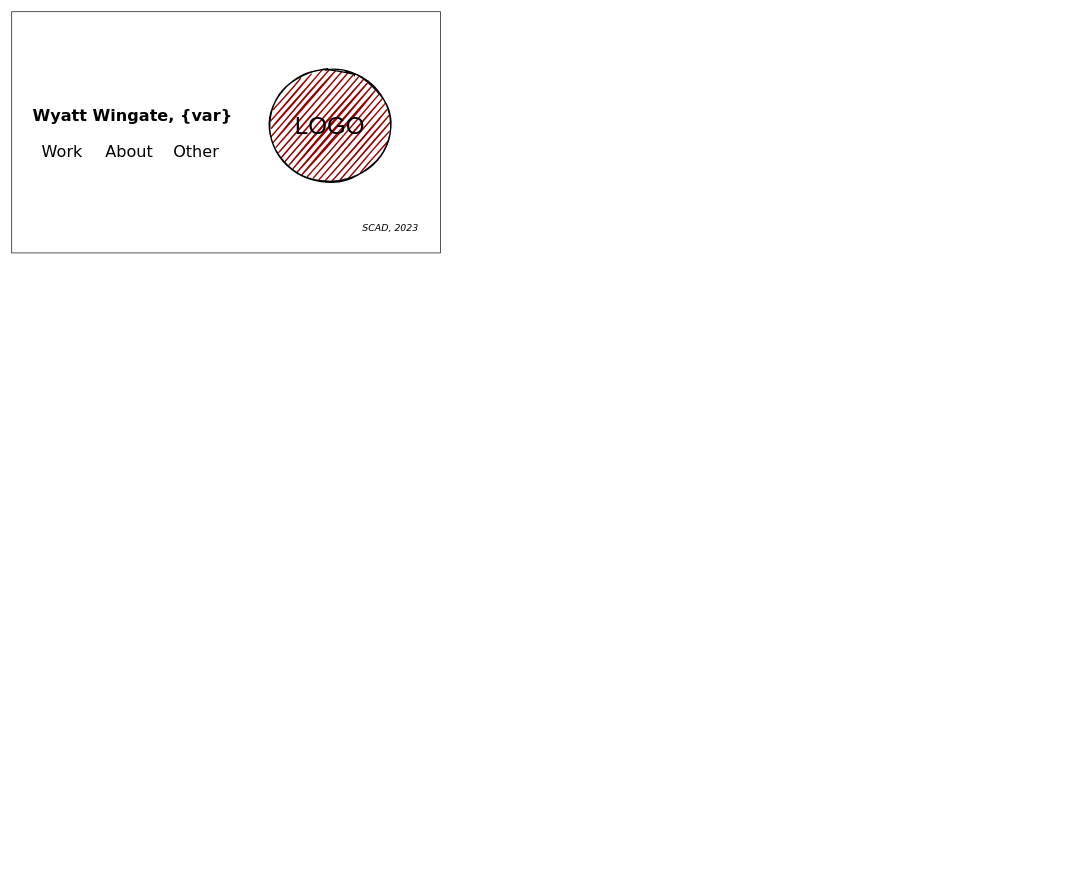
Before: page "Page-1" (1 of 2) of wireframe.drawio in RLjumber/Wyatts_Portfolio, a draw.io diagram. Source tidied: cells renumbered, new cells numbered last; positions are measured from the earlier drawing's top-left corner, leaving out a move shared by most shapes. Both pictures are drawn from the tidied source at 67%, with x=0, y=0 at pixel (11, 11).
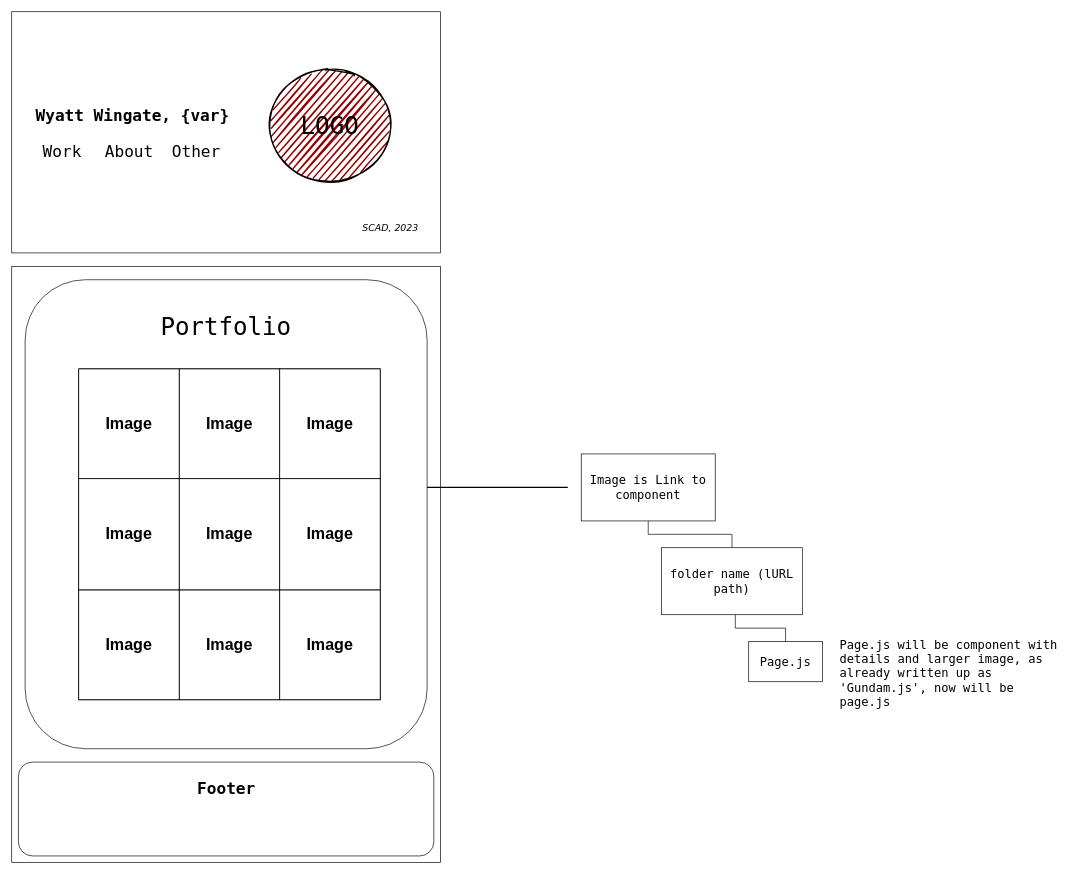
The same page after the edit.

The edit, as a diff of the source:
```diff
@@
-    <mxCell id="3" value="&lt;font style=&quot;font-size: 36px;&quot;&gt;LOGO&lt;/font&gt;" style="ellipse;whiteSpace=wrap;html=1;strokeWidth=2;fillWeight=2;hachureGap=8;fillColor=#990000;fillStyle=dots;sketch=1;" parent="1" vertex="1">
+    <mxCell id="3" value="&lt;font face=&quot;Lucida Console&quot; style=&quot;font-size: 36px;&quot;&gt;LOGO&lt;/font&gt;" style="ellipse;whiteSpace=wrap;html=1;strokeWidth=2;fillWeight=2;hachureGap=8;fillColor=#990000;fillStyle=dots;sketch=1;" parent="1" vertex="1">
       <mxGeometry x="380" y="90" width="190" height="160" as="geometry" />
     </mxCell>
-    <mxCell id="4" value="&lt;font face=&quot;Verdana&quot;&gt;Wyatt Wingate, {var}&lt;/font&gt;" style="text;strokeColor=none;fillColor=none;html=1;fontSize=24;fontStyle=1;verticalAlign=middle;align=center;" parent="1" vertex="1">
+    <mxCell id="4" value="&lt;font face=&quot;Lucida Console&quot;&gt;Wyatt Wingate, {var}&lt;/font&gt;" style="text;strokeColor=none;fillColor=none;html=1;fontSize=24;fontStyle=1;verticalAlign=middle;align=center;" parent="1" vertex="1">
       <mxGeometry x="50" y="140" width="260" height="30" as="geometry" />
     </mxCell>
-    <mxCell id="5" value="Work" style="text;html=1;align=center;verticalAlign=middle;strokeColor=none;fillColor=none;fontSize=24;fontFamily=Verdana;" parent="1" vertex="1">
-      <mxGeometry x="30" y="190" width="90" height="40" as="geometry" />
+    <mxCell id="5" value="&lt;font face=&quot;Lucida Console&quot;&gt;Work&lt;/font&gt;" style="text;html=1;align=center;verticalAlign=middle;strokeColor=none;fillColor=none;fontSize=24;fontFamily=Verdana;" parent="1" vertex="1">
+      <mxGeometry x="35" y="190" width="80" height="40" as="geometry" />
     </mxCell>
@@
-    <mxCell id="7" value="&lt;font style=&quot;font-size: 24px;&quot;&gt;About&lt;/font&gt;" style="text;html=1;align=center;verticalAlign=middle;strokeColor=none;fillColor=none;fontSize=14;fontFamily=Verdana;" parent="1" vertex="1">
-      <mxGeometry x="130" y="190" width="90" height="40" as="geometry" />
+    <mxCell id="7" value="&lt;font face=&quot;Lucida Console&quot; style=&quot;font-size: 24px;&quot;&gt;About&lt;/font&gt;" style="text;html=1;align=center;verticalAlign=middle;strokeColor=none;fillColor=none;fontSize=14;fontFamily=Verdana;" parent="1" vertex="1">
+      <mxGeometry x="125" y="190" width="100" height="40" as="geometry" />
     </mxCell>
-    <mxCell id="8" value="&lt;span style=&quot;font-size: 24px;&quot;&gt;Other&lt;/span&gt;" style="text;html=1;align=center;verticalAlign=middle;strokeColor=none;fillColor=none;fontSize=14;fontFamily=Verdana;" parent="1" vertex="1">
-      <mxGeometry x="230" y="190" width="90" height="40" as="geometry" />
+    <mxCell id="8" value="&lt;span style=&quot;font-size: 24px;&quot;&gt;&lt;font face=&quot;Lucida Console&quot;&gt;Other&lt;/font&gt;&lt;/span&gt;" style="text;html=1;align=center;verticalAlign=middle;strokeColor=none;fillColor=none;fontSize=14;fontFamily=Verdana;" parent="1" vertex="1">
+      <mxGeometry x="225" y="190" width="100" height="40" as="geometry" />
     </mxCell>
+    <mxCell id="9" style="rounded=0;whiteSpace=wrap;html=1;" parent="1" vertex="1">
+      <mxGeometry y="380" width="640" height="890" as="geometry" />
+    </mxCell>
+    <mxCell id="10" style="shape=curlyBracket;whiteSpace=wrap;html=1;rounded=1;flipH=1;labelPosition=right;verticalLabelPosition=middle;align=left;verticalAlign=middle;size=0;" parent="1" vertex="1">
+      <mxGeometry x="550" y="540" width="20" height="340" as="geometry" />
+    </mxCell>
+    <mxCell id="11" style="line;strokeWidth=2;html=1;" parent="1" vertex="1">
+      <mxGeometry x="550" y="705" width="280" height="10" as="geometry" />
+    </mxCell>
+    <mxCell id="12" value="&lt;font style=&quot;font-size: 18px;&quot; face=&quot;Lucida Console&quot;&gt;Image is Link to component&lt;/font&gt;" style="whiteSpace=wrap;html=1;align=center;newEdgeStyle={&quot;edgeStyle&quot;:&quot;elbowEdgeStyle&quot;,&quot;startArrow&quot;:&quot;none&quot;,&quot;endArrow&quot;:&quot;none&quot;};" parent="1" vertex="1">
+      <mxGeometry x="850" y="660" width="200" height="100" as="geometry" />
+    </mxCell>
+    <mxCell id="13" style="rounded=1;whiteSpace=wrap;html=1;fontFamily=Lucida Console;fontSize=18;" parent="1" vertex="1">
+      <mxGeometry x="20" y="400" width="600" height="700" as="geometry" />
+    </mxCell>
+    <mxCell id="14" value="&lt;font face=&quot;Lucida Console&quot; style=&quot;font-size: 18px;&quot;&gt;folder name (lURL path)&lt;/font&gt;" style="whiteSpace=wrap;html=1;align=center;verticalAlign=middle;newEdgeStyle={&quot;edgeStyle&quot;:&quot;elbowEdgeStyle&quot;,&quot;startArrow&quot;:&quot;none&quot;,&quot;endArrow&quot;:&quot;none&quot;};" parent="1" vertex="1">
+      <mxGeometry x="970" y="800" width="210" height="100" as="geometry" />
+    </mxCell>
+    <mxCell id="15" style="edgeStyle=elbowEdgeStyle;elbow=vertical;sourcePerimeterSpacing=0;targetPerimeterSpacing=0;startArrow=none;endArrow=none;rounded=0;curved=0;" parent="1" edge="1" target="14">
+      <mxGeometry relative="1" as="geometry">
+        <mxPoint x="950" y="760" as="sourcePoint" />
+      </mxGeometry>
+    </mxCell>
+    <mxCell id="16" value="Page.js" style="whiteSpace=wrap;html=1;align=center;verticalAlign=middle;newEdgeStyle={&quot;edgeStyle&quot;:&quot;elbowEdgeStyle&quot;,&quot;startArrow&quot;:&quot;none&quot;,&quot;endArrow&quot;:&quot;none&quot;};fontFamily=Lucida Console;fontSize=18;" parent="1" vertex="1">
+      <mxGeometry x="1100" y="940" width="110" height="60" as="geometry" />
+    </mxCell>
+    <mxCell id="17" style="edgeStyle=elbowEdgeStyle;elbow=vertical;sourcePerimeterSpacing=0;targetPerimeterSpacing=0;startArrow=none;endArrow=none;rounded=0;curved=0;fontFamily=Lucida Console;fontSize=18;" parent="1" edge="1" target="16">
+      <mxGeometry relative="1" as="geometry">
+        <mxPoint x="1080" y="900" as="sourcePoint" />
+      </mxGeometry>
+    </mxCell>
+    <mxCell id="18" value="Page.js will be component with details and larger image, as already written up as 'Gundam.js', now will be page.js&lt;br&gt;" style="text;strokeColor=none;fillColor=none;align=left;verticalAlign=top;spacingLeft=4;spacingRight=4;overflow=hidden;whiteSpace=wrap;html=1;fontFamily=Lucida Console;fontSize=18;" parent="1" vertex="1">
+      <mxGeometry x="1230" y="927" width="340" height="133" as="geometry" />
+    </mxCell>
+    <mxCell id="19" style="childLayout=tableLayout;shadow=0;fillColor=none;" parent="1" vertex="1">
+      <mxGeometry x="100" y="533" width="450" height="494" as="geometry" />
+    </mxCell>
+    <mxCell id="20" style="shape=tableRow;horizontal=0;startSize=0;swimlaneHead=0;swimlaneBody=0;top=0;left=0;bottom=0;right=0;fontStyle=0;fillColor=none;strokeColor=inherit;" parent="19" vertex="1">
+      <mxGeometry width="450" height="164" as="geometry" />
+    </mxCell>
+    <mxCell id="21" value="&lt;h1&gt;Image&lt;/h1&gt;" style="strokeColor=inherit;fillColor=none;align=center;whiteSpace=wrap;html=1;" parent="20" vertex="1">
+      <mxGeometry width="150" height="164" as="geometry" />
+    </mxCell>
+    <mxCell id="22" value="&lt;h1&gt;Image&lt;/h1&gt;" style="strokeColor=inherit;fillColor=none;align=center;whiteSpace=wrap;html=1;" parent="20" vertex="1">
+      <mxGeometry x="150" width="150" height="164" as="geometry" />
+    </mxCell>
+    <mxCell id="23" value="&lt;h1&gt;Image&lt;/h1&gt;" style="strokeColor=inherit;fillColor=none;align=center;whiteSpace=wrap;html=1;" parent="20" vertex="1">
+      <mxGeometry x="300" width="150" height="164" as="geometry" />
+    </mxCell>
+    <mxCell id="24" style="shape=tableRow;horizontal=0;startSize=0;swimlaneHead=0;swimlaneBody=0;top=0;left=0;bottom=0;right=0;fontStyle=0;fillColor=none;strokeColor=inherit;" parent="19" vertex="1">
+      <mxGeometry y="164" width="450" height="166" as="geometry" />
+    </mxCell>
+    <mxCell id="25" value="&lt;h1&gt;Image&lt;/h1&gt;" style="strokeColor=inherit;fillColor=none;align=center;whiteSpace=wrap;html=1;" parent="24" vertex="1">
+      <mxGeometry width="150" height="166" as="geometry" />
+    </mxCell>
+    <mxCell id="26" value="&lt;h1&gt;Image&lt;/h1&gt;" style="strokeColor=inherit;fillColor=none;align=center;whiteSpace=wrap;html=1;" parent="24" vertex="1">
+      <mxGeometry x="150" width="150" height="166" as="geometry" />
+    </mxCell>
+    <mxCell id="27" value="&lt;h1&gt;Image&lt;/h1&gt;" style="strokeColor=inherit;fillColor=none;align=center;whiteSpace=wrap;html=1;" parent="24" vertex="1">
+      <mxGeometry x="300" width="150" height="166" as="geometry" />
+    </mxCell>
+    <mxCell id="28" style="shape=tableRow;horizontal=0;startSize=0;swimlaneHead=0;swimlaneBody=0;top=0;left=0;bottom=0;right=0;fontStyle=0;fillColor=none;strokeColor=inherit;" parent="19" vertex="1">
+      <mxGeometry y="330" width="450" height="164" as="geometry" />
+    </mxCell>
+    <mxCell id="29" value="&lt;h1&gt;Image&lt;/h1&gt;" style="strokeColor=inherit;fillColor=none;align=center;whiteSpace=wrap;html=1;" parent="28" vertex="1">
+      <mxGeometry width="150" height="164" as="geometry" />
+    </mxCell>
+    <mxCell id="30" value="&lt;h1&gt;Image&lt;/h1&gt;" style="strokeColor=inherit;fillColor=none;align=center;whiteSpace=wrap;html=1;" parent="28" vertex="1">
+      <mxGeometry x="150" width="150" height="164" as="geometry" />
+    </mxCell>
+    <mxCell id="31" value="&lt;h1&gt;Image&lt;/h1&gt;" style="strokeColor=inherit;fillColor=none;align=center;whiteSpace=wrap;html=1;" parent="28" vertex="1">
+      <mxGeometry x="300" width="150" height="164" as="geometry" />
+    </mxCell>
+    <mxCell id="32" value="&lt;font style=&quot;font-size: 36px;&quot;&gt;Portfolio&lt;/font&gt;" style="text;html=1;strokeColor=none;fillColor=none;align=center;verticalAlign=middle;whiteSpace=wrap;rounded=0;fontFamily=Lucida Console;fontSize=18;" parent="1" vertex="1">
+      <mxGeometry x="165" y="440" width="310" height="60" as="geometry" />
+    </mxCell>
+    <mxCell id="33" style="rounded=1;whiteSpace=wrap;html=1;fontFamily=Lucida Console;fontSize=36;" parent="1" vertex="1">
+      <mxGeometry x="10" y="1120" width="620" height="140" as="geometry" />
+    </mxCell>
+    <mxCell id="34" value="Footer" style="text;strokeColor=none;fillColor=none;html=1;fontSize=24;fontStyle=1;verticalAlign=middle;align=center;fontFamily=Lucida Console;" parent="1" vertex="1">
+      <mxGeometry x="270" y="1140" width="100" height="40" as="geometry" />
+    </mxCell>
```
